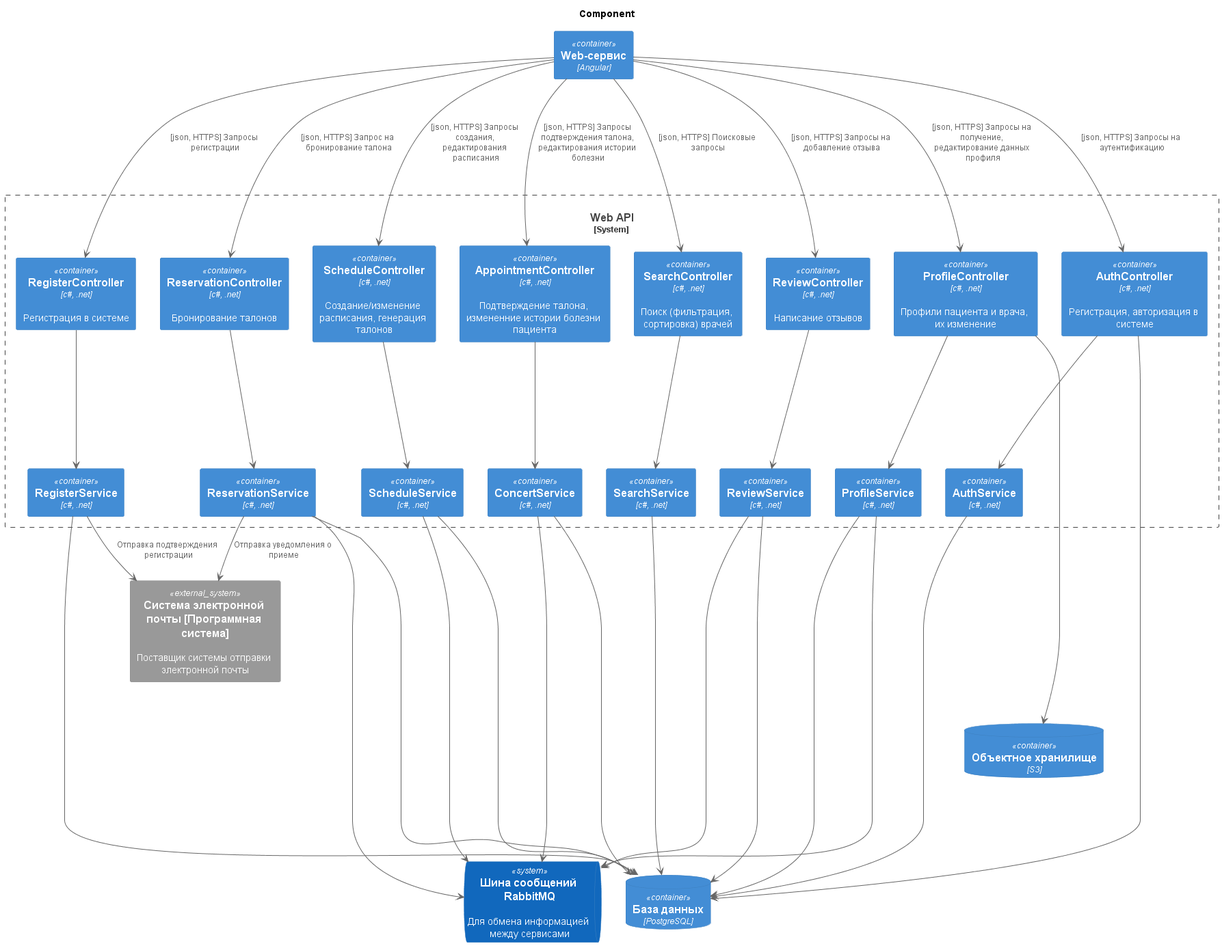
This is C4_component_code.png from Far4ich/PPO, a PlantUML export, as it was before one commit.
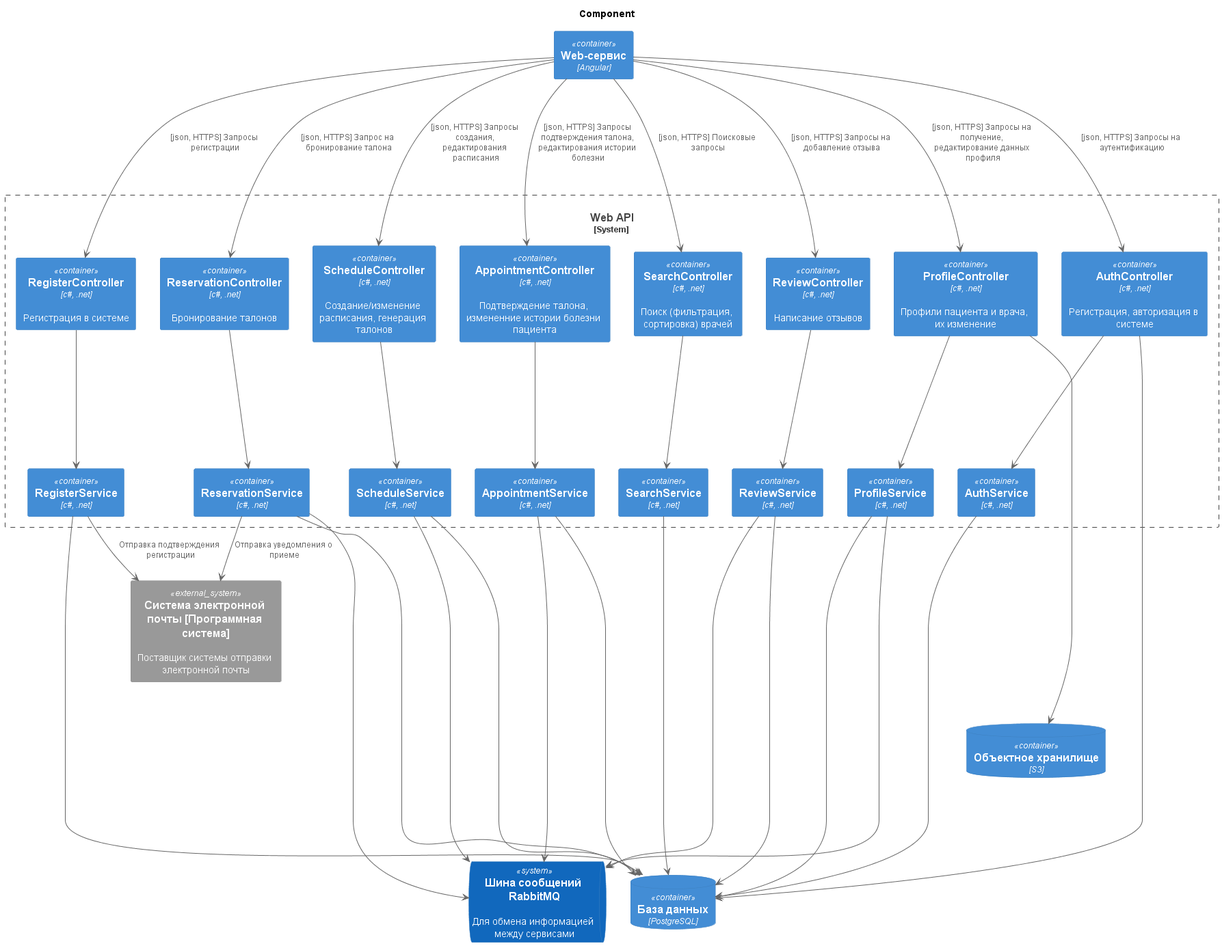
Above is the later version.

Change to the diagram source:
```diff
@@ -34,7 +34,7 @@
 
     Container(review_service, "ReviewService", "c#, .net", "")
 
-    Container(concert_service, "ConcertService", "c#, .net", "")
+    Container(concert_service, "AppointmentService", "c#, .net", "")
 
     Container(content_service, "ProfileService", "c#, .net", "")
 
```
